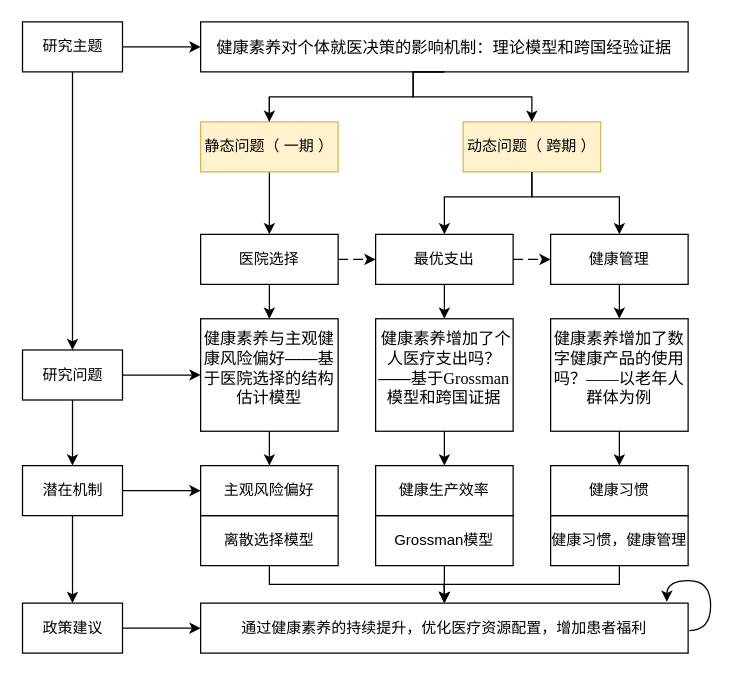
This is proposal.drawio from BWaaaa/AdvancedDID, a draw.io file, before an edit. Source tidied: cells renumbered, new cells numbered last; positions are measured from the earlier drawing's top-left corner, leaving out a move shared by most shapes. Both pictures are drawn from the tidied source at 125%, with x=0, y=0 at pixel (22, 21).
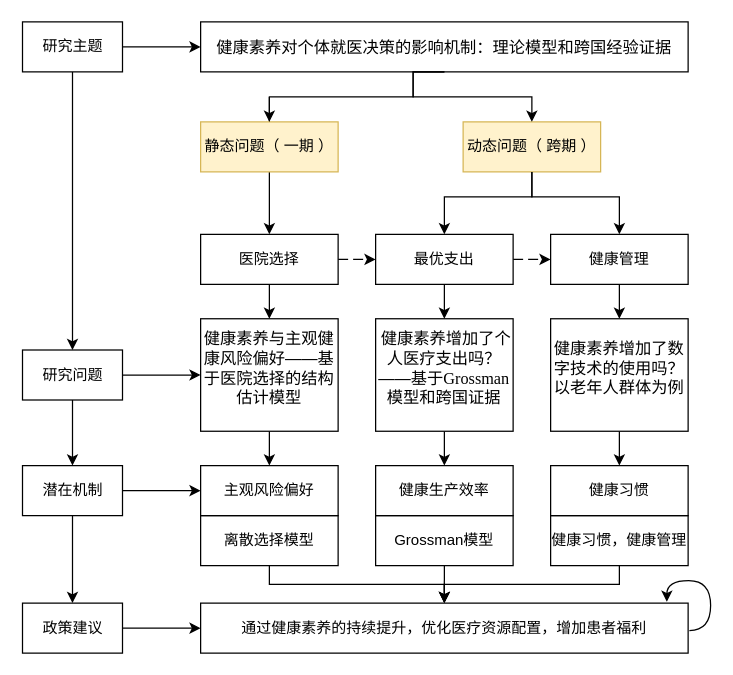
The same page after the edit.

Diff of the diagram source:
```diff
@@
-    <mxCell id="17" value="&lt;font style=&quot;font-size: 13px;&quot;&gt;&lt;span style=&quot;font-family: 宋体;&quot;&gt;健康素养增加了数字健康产品的使用吗？&lt;/span&gt;&lt;span style=&quot;font-family: &amp;quot;Times New Roman&amp;quot;, serif;&quot; lang=&quot;EN-GB&quot;&gt;——&lt;/span&gt;&lt;span style=&quot;font-family: 宋体;&quot;&gt;以老年人群体为例&lt;/span&gt;&lt;/font&gt;&lt;br&gt;&lt;p style=&quot;margin-top:0cm;margin-right:0cm;margin-bottom:&lt;br/&gt;12.0pt;margin-left:22.0pt;text-align:justify;text-justify:inter-ideograph;&lt;br/&gt;text-indent:-22.0pt;mso-char-indent-count:0;line-height:150%;mso-list:l0 level1 lfo1&quot; class=&quot;MsoListParagraph&quot;&gt;&lt;span style=&quot;font-family: &amp;quot;Times New Roman&amp;quot;, serif;&quot; lang=&quot;EN-US&quot;&gt;&lt;/span&gt;&lt;/p&gt;" style="rounded=0;whiteSpace=wrap;html=1;" parent="1" vertex="1">
+    <mxCell id="17" value="&lt;font style=&quot;font-size: 13px;&quot;&gt;&lt;span style=&quot;font-family: 宋体;&quot;&gt;健康素养增加了数字技术的使用吗？&lt;/span&gt;&lt;span style=&quot;font-family: 宋体;&quot;&gt;以老年人群体为例&lt;/span&gt;&lt;/font&gt;&lt;br&gt;&lt;p style=&quot;margin-top:0cm;margin-right:0cm;margin-bottom:&lt;br/&gt;12.0pt;margin-left:22.0pt;text-align:justify;text-justify:inter-ideograph;&lt;br/&gt;text-indent:-22.0pt;mso-char-indent-count:0;line-height:150%;mso-list:l0 level1 lfo1&quot; class=&quot;MsoListParagraph&quot;&gt;&lt;span style=&quot;font-family: &amp;quot;Times New Roman&amp;quot;, serif;&quot; lang=&quot;EN-US&quot;&gt;&lt;/span&gt;&lt;/p&gt;" style="rounded=0;whiteSpace=wrap;html=1;" parent="1" vertex="1">
       <mxGeometry x="422" y="237.5" width="110" height="90" as="geometry" />
     </mxCell>
```
